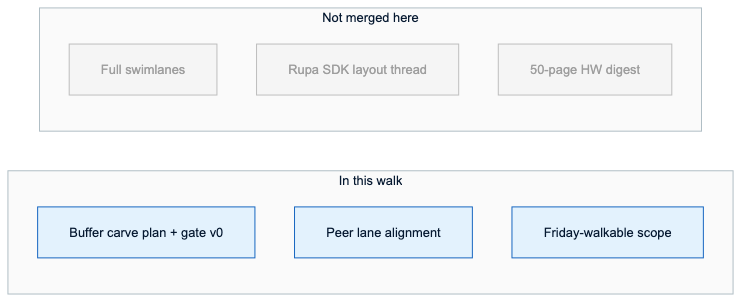
Before: assets/diagrams/b6/b6-slide06-boundaries.png, a diagram exported from Mermaid (upscale-ai-network/agent-template). Its source is kept beside it as assets/diagrams/b6/b6-slide06-boundaries.mmd.
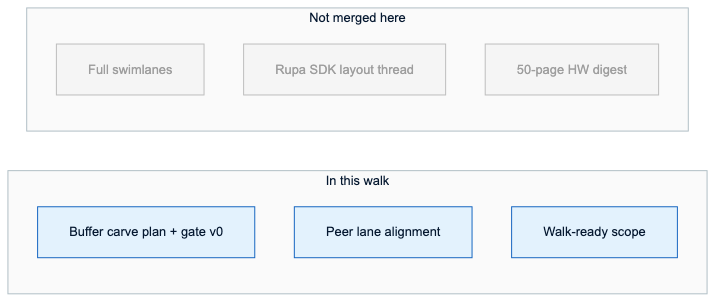
Above is the later version.

Commit message:
P0 DT122: B6 pipeline — subtitle, lead, caption on diagram slides

Change to the diagram source:
```diff
@@ -3,7 +3,7 @@
   subgraph IN["In this walk"]
     I1["Buffer carve plan + gate v0"]
     I2["Peer lane alignment"]
-    I3["Friday-walkable scope"]
+    I3["Walk-ready scope"]
   end
   subgraph OUT["Not merged here"]
     O1["Full swimlanes"]
```
